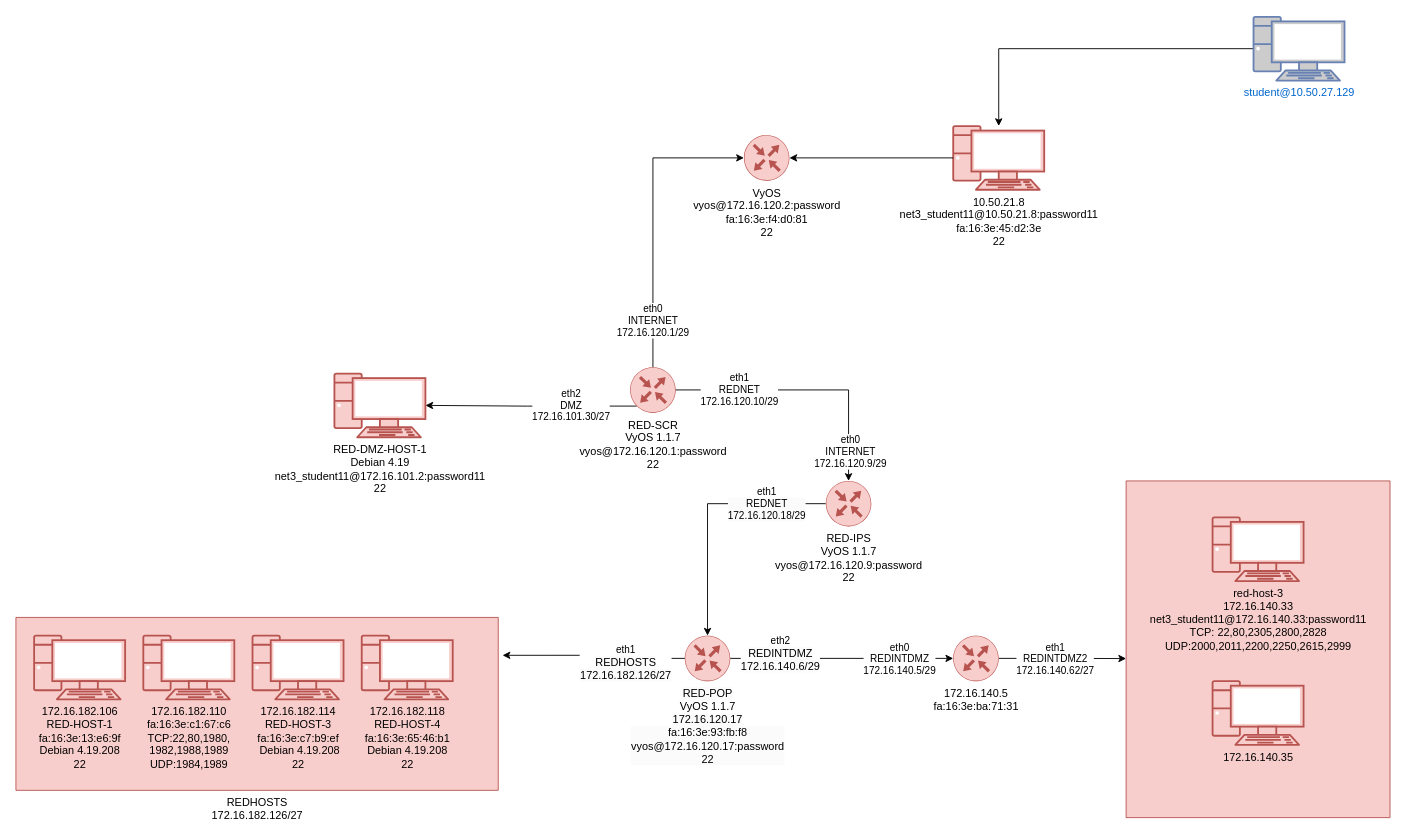
wifi96h/new keeps this draw.io diagram as CCTC/NET/Network_Recon.drawio. Above is the earlier version. Source tidied: cells renumbered, new cells numbered last; positions are measured from the earlier drawing's top-left corner, leaving out a move shared by most shapes. Both pictures are drawn from the tidied source at 91%, with x=0, y=0 at pixel (15, 16).
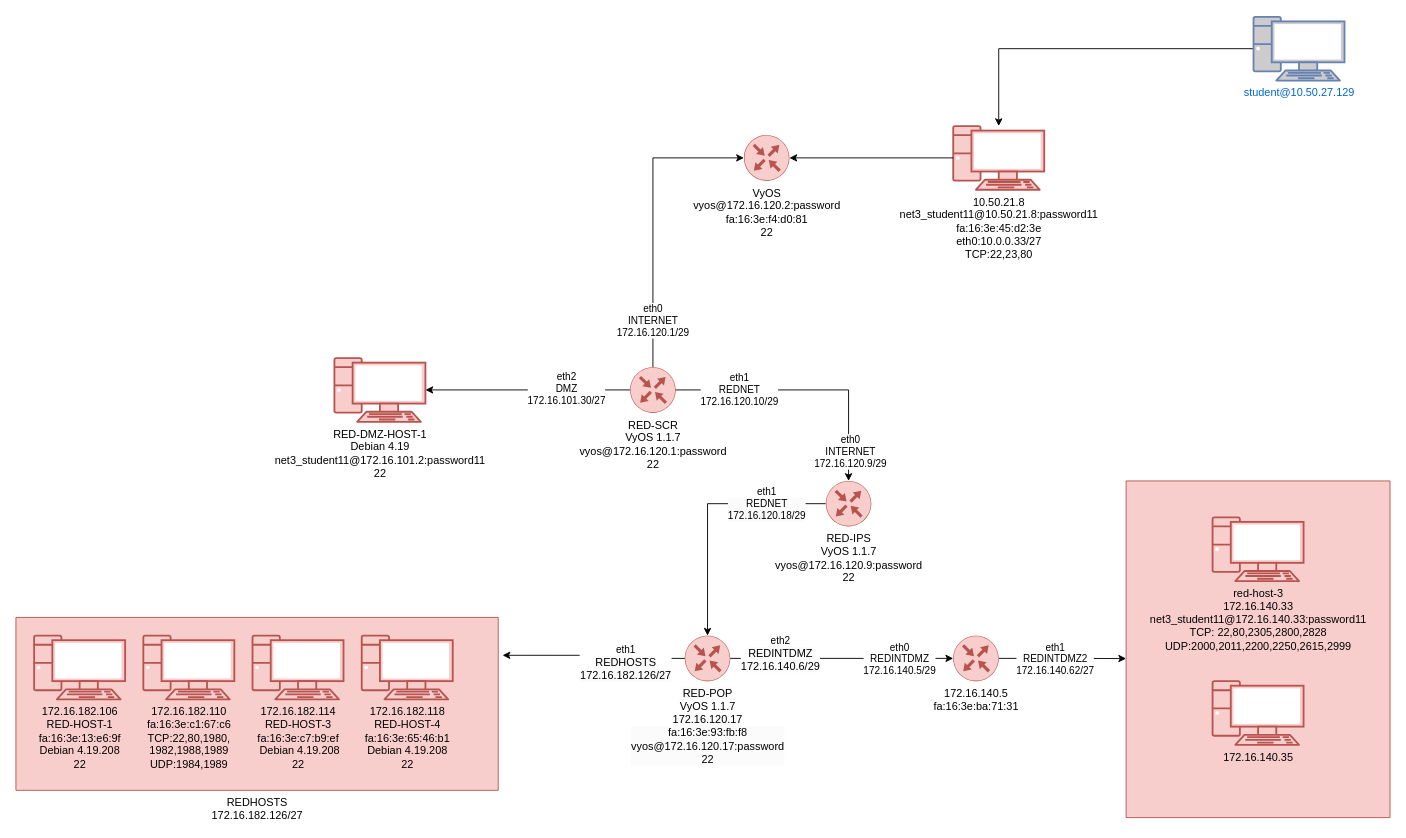
The same diagram, later.

The change refers to these unchanged cells:
```xml
<mxCell id="7" value="RED-SCR&lt;div&gt;VyOS 1.1.7&lt;br&gt;&lt;div&gt;vyos@172.16.120.1:password&lt;div&gt;22&lt;/div&gt;&lt;/div&gt;&lt;/div&gt;" style="sketch=0;points=[[0.5,0,0],[1,0.5,0],[0.5,1,0],[0,0.5,0],[0.145,0.145,0],[0.8555,0.145,0],[0.855,0.8555,0],[0.145,0.855,0]];verticalLabelPosition=bottom;html=1;verticalAlign=top;align=center;shape=mxgraph.cisco19.rect;prIcon=router;fillColor=#f8cecc;strokeColor=#b85450;" parent="1" vertex="1">
  <mxGeometry x="675" y="385" width="50" height="50" as="geometry" />
</mxCell>
```

Diff of the diagram source:
```diff
@@
-    <mxCell id="5" value="10.50.21.8&lt;div&gt;net3_student11@10.50.21.8:password11&lt;div&gt;fa:16:3e:45:d2:3e&lt;/div&gt;&lt;div&gt;22&lt;/div&gt;&lt;/div&gt;" style="verticalAlign=top;verticalLabelPosition=bottom;labelPosition=center;align=center;html=1;outlineConnect=0;fillColor=#f8cecc;strokeColor=#b85450;gradientDirection=north;strokeWidth=2;shape=mxgraph.networks.pc;" parent="1" vertex="1">
+    <mxCell id="5" value="10.50.21.8&lt;div&gt;net3_student11@10.50.21.8:password11&lt;div&gt;fa:16:3e:45:d2:3e&lt;/div&gt;&lt;div&gt;eth0:10.0.0.33/27&lt;/div&gt;&lt;div&gt;TCP:22,23,80&lt;/div&gt;&lt;/div&gt;" style="verticalAlign=top;verticalLabelPosition=bottom;labelPosition=center;align=center;html=1;outlineConnect=0;fillColor=#f8cecc;strokeColor=#b85450;gradientDirection=north;strokeWidth=2;shape=mxgraph.networks.pc;" parent="1" vertex="1">
       <mxGeometry x="1030" y="120" width="100" height="70" as="geometry" />
     </mxCell>
-    <mxCell id="6" value="eth2&lt;div&gt;DMZ&lt;/div&gt;&lt;div&gt;172.16.101.30/27&lt;br&gt;&lt;/div&gt;" style="edgeStyle=orthogonalEdgeStyle;rounded=0;jettySize=auto;html=1;entryX=1;entryY=0.5;entryDx=0;entryDy=0;entryPerimeter=0;exitX=0.145;exitY=0.855;exitDx=0;exitDy=0;exitPerimeter=0;" parent="1" edge="1" source="7" target="9">
+    <mxCell id="6" value="eth2&lt;div&gt;DMZ&lt;/div&gt;&lt;div&gt;172.16.101.30/27&lt;br&gt;&lt;/div&gt;" style="edgeStyle=orthogonalEdgeStyle;rounded=0;jettySize=auto;html=1;entryX=1;entryY=0.5;entryDx=0;entryDy=0;entryPerimeter=0;exitX=0;exitY=0.5;exitDx=0;exitDy=0;exitPerimeter=0;" parent="1" edge="1" source="7" target="9">
       <mxGeometry x="-0.38" y="-1" relative="1" as="geometry" />
     </mxCell>
@@
     <mxCell id="9" value="RED-DMZ-HOST-1&lt;div&gt;Debian 4.19&lt;br&gt;&lt;div&gt;net3_student11@172.16.101.2:password11&lt;div&gt;22&lt;/div&gt;&lt;/div&gt;&lt;/div&gt;" style="verticalAlign=top;verticalLabelPosition=bottom;labelPosition=center;align=center;html=1;outlineConnect=0;fillColor=#f8cecc;strokeColor=#b85450;gradientDirection=north;strokeWidth=2;shape=mxgraph.networks.pc;" parent="1" vertex="1">
-      <mxGeometry x="350" y="392" width="100" height="70" as="geometry" />
+      <mxGeometry x="350" y="375" width="100" height="70" as="geometry" />
     </mxCell>
```
